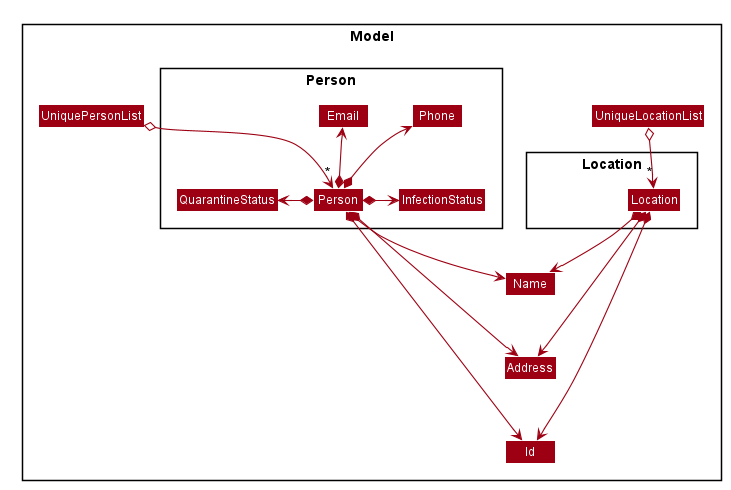
Earlier version of the PlantUML export docs/images/PersonLocationClassDiagram.png (siangernlow/tp).
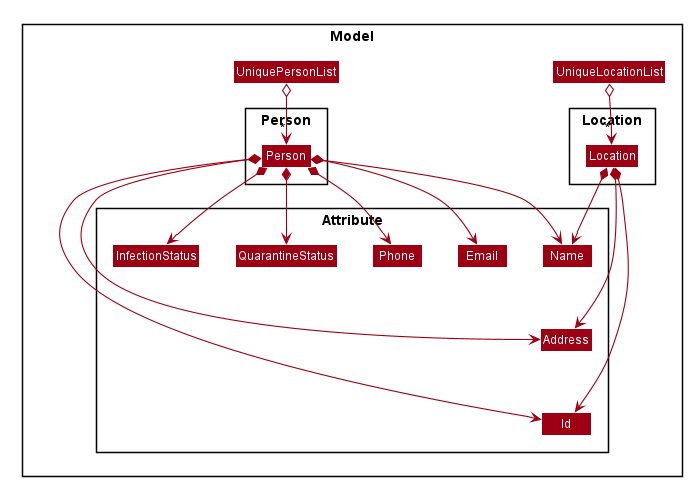
Above is the later version.

Change to the diagram source:
```diff
@@ -57,43 +57,38 @@
 
 Package Location <<Rectangle>>{
     Class Location
-    Class hidden #FFFFFFF
 }
 
-Package Person <<Rectangle>>{
+Package Person {
     Class Person
+}
+
+Package Attribute {
+    Class Name
+    Class Address
+    Class Id
     Class Email
     Class Phone
     Class QuarantineStatus
     Class InfectionStatus
 }
-
-Class Name
-Class Address
-Class Id
 }
 
 
 UniquePersonList o--> "*" Person
 UniqueLocationList o--> "*" Location
 
-hidden -[hidden]> Location
-
 Name -down[hidden]-> Address
 Address -down[hidden]-> Id
 
-Person *-left-> Phone
-Person *-left-> Email
-Person *-left-> InfectionStatus
-Person *-left-> QuarantineStatus
-
+Person *--> Phone
+Person *--> Email
+Person *--> InfectionStatus
+Person *--> QuarantineStatus
 Person *--> Name
 Location *--> Name
 Person *--> Address
 Location *--> Address
 Person *--> Id
 Location *--> Id
-
-Email -down[hidden]-> InfectionStatus
-Phone -down[hidden]-> InfectionStatus
 @enduml
```
